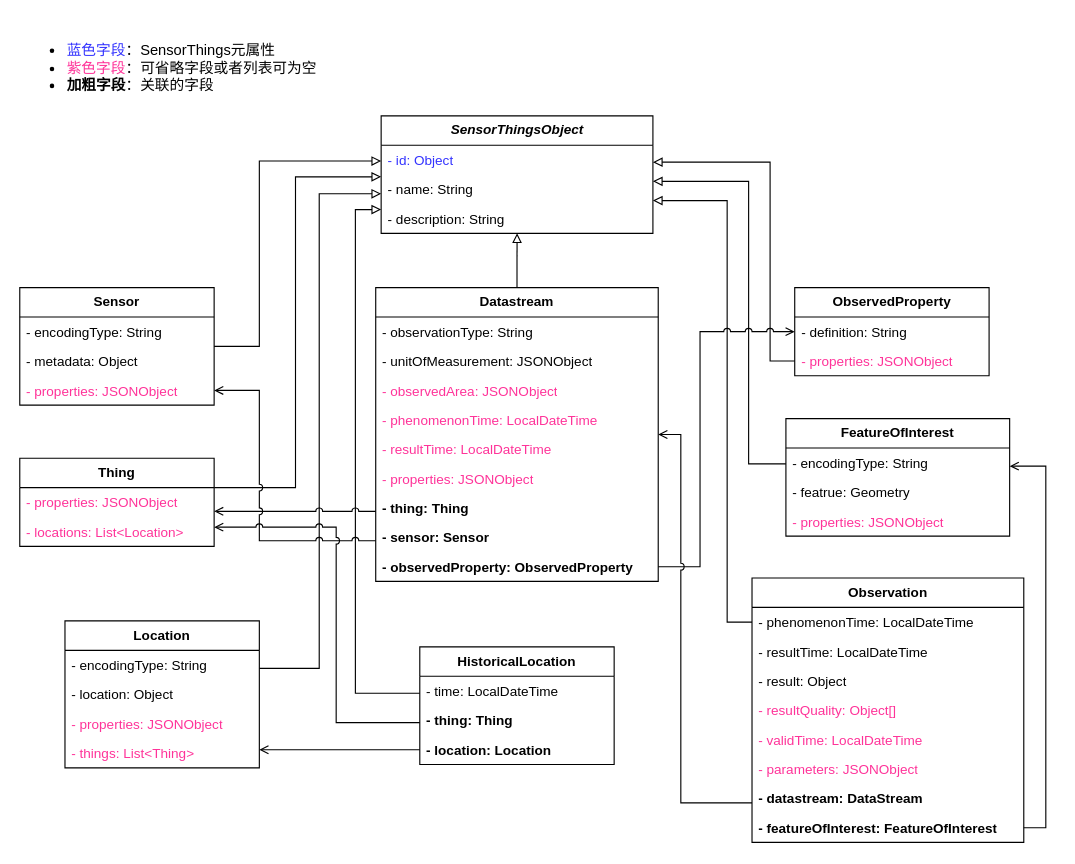
Earlier version of the draw.io diagram page "SensorThings API模型" (1 of 6) of docs/diagram/模型图.dio (hubu-mdzhang/swmm-sensorthings). Source tidied: cells renumbered, new cells numbered last; positions are measured from the earlier drawing's top-left corner, leaving out a move shared by most shapes. Both pictures are drawn from the tidied source at 113%, with x=0, y=0 at pixel (19, 19).
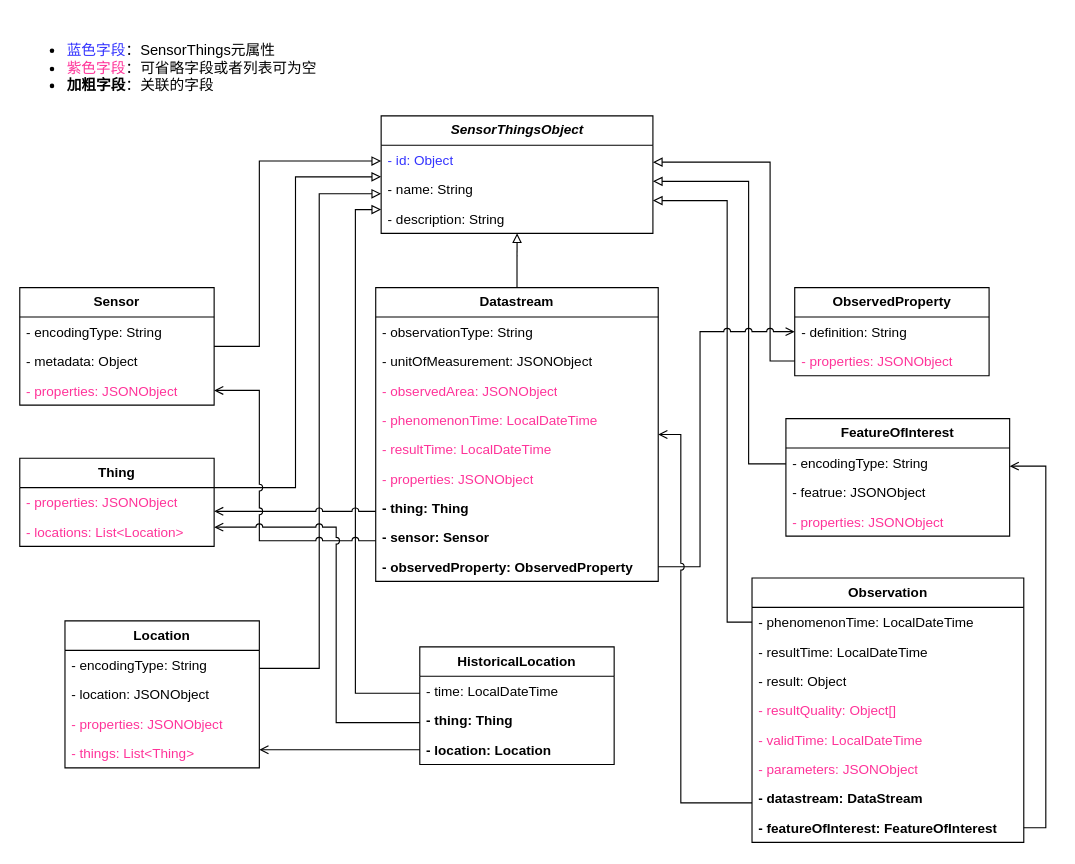
Above is the later version.

Unchanged cells that the change refers to:
```xml
<mxCell id="33" value="FeatureOfInterest" style="swimlane;fontStyle=1;horizontal=1;startSize=26;fillColor=none;whiteSpace=wrap;html=1;strokeColor=default;" parent="1" vertex="1">
  <mxGeometry x="678" y="353" width="198" height="104" as="geometry" />
</mxCell>
<mxCell id="38" value="Location" style="swimlane;fontStyle=1;horizontal=1;startSize=26;fillColor=none;whiteSpace=wrap;html=1;strokeColor=default;" parent="1" vertex="1">
  <mxGeometry x="40" y="532" width="172" height="130" as="geometry" />
</mxCell>
```

Diff of the diagram source:
```diff
@@
-    <mxCell id="35" value="- featrue: Geometry" style="text;align=left;verticalAlign=top;spacingLeft=4;spacingRight=4;overflow=hidden;whiteSpace=wrap;html=1;strokeColor=none;" parent="33" vertex="1">
+    <mxCell id="35" value="- featrue: JSONObject" style="text;align=left;verticalAlign=top;spacingLeft=4;spacingRight=4;overflow=hidden;whiteSpace=wrap;html=1;strokeColor=none;" parent="33" vertex="1">
       <mxGeometry y="52" width="198" height="26" as="geometry" />
     </mxCell>
@@
-    <mxCell id="40" value="- location: Object" style="text;align=left;verticalAlign=top;spacingLeft=4;spacingRight=4;overflow=hidden;whiteSpace=wrap;html=1;strokeColor=none;" parent="38" vertex="1">
+    <mxCell id="40" value="- location: JSONObject" style="text;align=left;verticalAlign=top;spacingLeft=4;spacingRight=4;overflow=hidden;whiteSpace=wrap;html=1;strokeColor=none;" parent="38" vertex="1">
       <mxGeometry y="52" width="172" height="26" as="geometry" />
     </mxCell>
```
